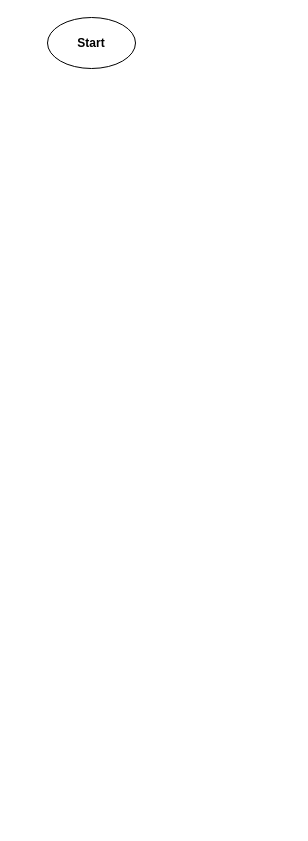
Before: Untitled Diagram.drawio in angelikakasia/flowcharts.uchicago, a draw.io diagram. Source tidied: cells renumbered, new cells numbered last; positions are measured from the earlier drawing's top-left corner, leaving out a move shared by most shapes. Both pictures are drawn from the tidied source at 100%, with x=0, y=0 at pixel (47, 17).
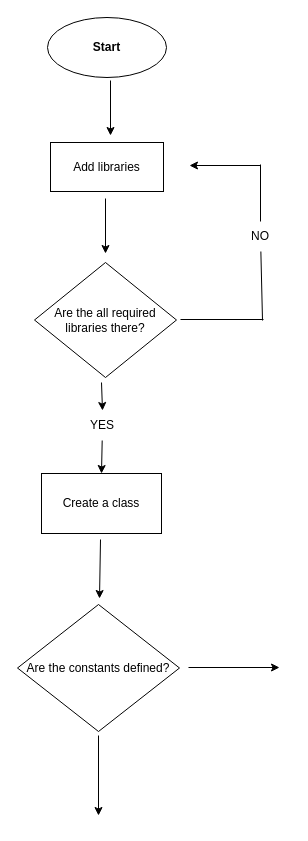
Above is the later version.

Diff of the diagram source:
```diff
@@
     <mxCell id="2" value="Start" style="ellipse;whiteSpace=wrap;html=1;fontStyle=1;" parent="1" vertex="1">
-      <mxGeometry width="88" height="51" as="geometry" />
+      <mxGeometry width="119" height="60" as="geometry" />
     </mxCell>
+    <mxCell id="3" value="Are the all required libraries there?" style="rhombus;whiteSpace=wrap;html=1;" parent="1" vertex="1">
+      <mxGeometry x="-13" y="245" width="142" height="115" as="geometry" />
+    </mxCell>
+    <mxCell id="4" style="endArrow=classic;html=1;rounded=0;" parent="1" edge="1">
+      <mxGeometry relative="1" as="geometry">
+        <mxPoint x="63" y="63" as="sourcePoint" />
+        <mxPoint x="63" y="118" as="targetPoint" />
+      </mxGeometry>
+    </mxCell>
+    <mxCell id="5" value="Add libraries" style="rounded=0;whiteSpace=wrap;html=1;" parent="1" vertex="1">
+      <mxGeometry x="3" y="125" width="113" height="49" as="geometry" />
+    </mxCell>
+    <mxCell id="6" style="endArrow=classic;html=1;rounded=0;" parent="1" edge="1">
+      <mxGeometry relative="1" as="geometry">
+        <mxPoint x="58" y="181" as="sourcePoint" />
+        <mxPoint x="58" y="236" as="targetPoint" />
+      </mxGeometry>
+    </mxCell>
+    <mxCell id="7" style="endArrow=none;html=1;rounded=0;" parent="1" edge="1">
+      <mxGeometry relative="1" as="geometry">
+        <mxPoint x="133" y="302" as="sourcePoint" />
+        <mxPoint x="216" y="302" as="targetPoint" />
+      </mxGeometry>
+    </mxCell>
+    <mxCell id="8" style="endArrow=none;html=1;rounded=0;" parent="1" edge="1" source="13">
+      <mxGeometry relative="1" as="geometry">
+        <mxPoint x="213" y="147" as="targetPoint" />
+      </mxGeometry>
+    </mxCell>
+    <mxCell id="9" style="endArrow=classic;html=1;rounded=0;" parent="1" edge="1">
+      <mxGeometry relative="1" as="geometry">
+        <mxPoint x="213" y="148" as="sourcePoint" />
+        <mxPoint x="142" y="148" as="targetPoint" />
+      </mxGeometry>
+    </mxCell>
+    <mxCell id="10" value="Create a class " style="rounded=0;whiteSpace=wrap;html=1;" parent="1" vertex="1">
+      <mxGeometry x="-6" y="456" width="120" height="60" as="geometry" />
+    </mxCell>
+    <mxCell id="11" style="endArrow=classic;html=1;rounded=0;entryX=0.5;entryY=0;entryDx=0;entryDy=0;" parent="1" edge="1" source="15" target="10">
+      <mxGeometry relative="1" as="geometry" />
+    </mxCell>
+    <mxCell id="12" style="endArrow=none;html=1;rounded=0;" parent="1" edge="1" target="13">
+      <mxGeometry relative="1" as="geometry">
+        <mxPoint x="215" y="303" as="sourcePoint" />
+      </mxGeometry>
+    </mxCell>
+    <mxCell id="13" value="NO" style="text;html=1;align=center;verticalAlign=middle;whiteSpace=wrap;rounded=0;" parent="1" vertex="1">
+      <mxGeometry x="183" y="204" width="60" height="30" as="geometry" />
+    </mxCell>
+    <mxCell id="14" style="endArrow=classic;html=1;rounded=0;entryX=0.5;entryY=0;entryDx=0;entryDy=0;" parent="1" edge="1" target="15">
+      <mxGeometry relative="1" as="geometry">
+        <mxPoint x="54" y="365" as="sourcePoint" />
+      </mxGeometry>
+    </mxCell>
+    <mxCell id="15" value="YES" style="text;html=1;align=center;verticalAlign=middle;whiteSpace=wrap;rounded=0;" parent="1" vertex="1">
+      <mxGeometry x="25" y="393" width="60" height="30" as="geometry" />
+    </mxCell>
+    <mxCell id="16" value="Are the constants defined? " style="rhombus;whiteSpace=wrap;html=1;" parent="1" vertex="1">
+      <mxGeometry x="-30" y="587" width="162" height="127" as="geometry" />
+    </mxCell>
+    <mxCell id="17" style="endArrow=classic;html=1;rounded=0;" parent="1" edge="1">
+      <mxGeometry relative="1" as="geometry">
+        <mxPoint x="53" y="522" as="sourcePoint" />
+        <mxPoint x="52" y="581" as="targetPoint" />
+      </mxGeometry>
+    </mxCell>
+    <mxCell id="18" style="endArrow=classic;html=1;rounded=0;entryX=0.5;entryY=0;entryDx=0;entryDy=0;" parent="1" edge="1">
+      <mxGeometry relative="1" as="geometry">
+        <mxPoint x="141" y="650" as="sourcePoint" />
+        <mxPoint x="232" y="650" as="targetPoint" />
+      </mxGeometry>
+    </mxCell>
+    <mxCell id="19" style="endArrow=classic;html=1;rounded=0;" parent="1" edge="1">
+      <mxGeometry relative="1" as="geometry">
+        <mxPoint x="51" y="718" as="sourcePoint" />
+        <mxPoint x="51" y="798" as="targetPoint" />
+      </mxGeometry>
+    </mxCell>
```
